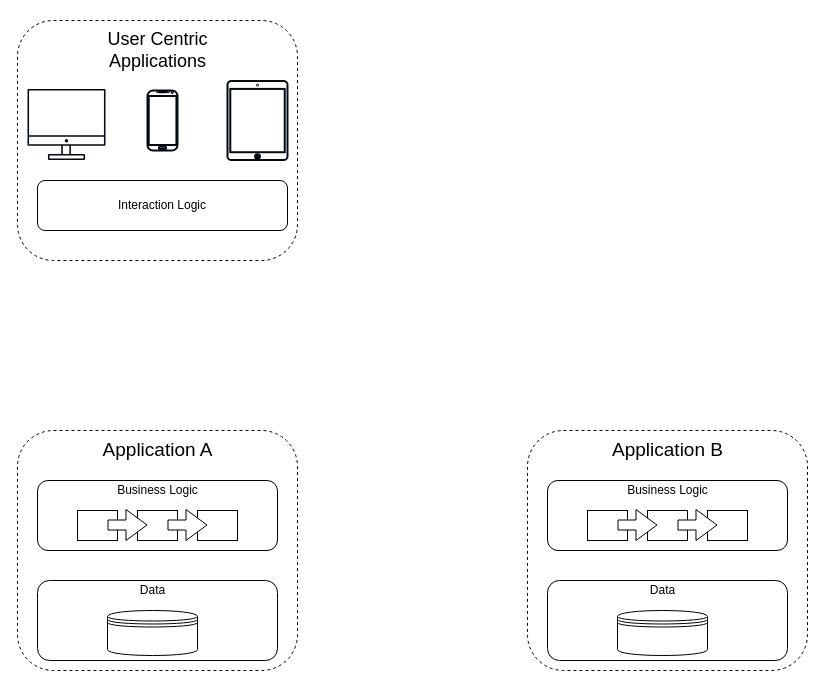
The draw.io diagram page "Integration Styles" (2 of 2) of Integration Domains.drawio in mrf742002/Diagrams, before the edit. Source tidied: cells renumbered, new cells numbered last; positions are measured from the earlier drawing's top-left corner, leaving out a move shared by most shapes. Both pictures are drawn from the tidied source at 100%, with x=0, y=0 at pixel (17, 20). Pictures stored in the file or linked from it are replaced by grey dashed boxes.
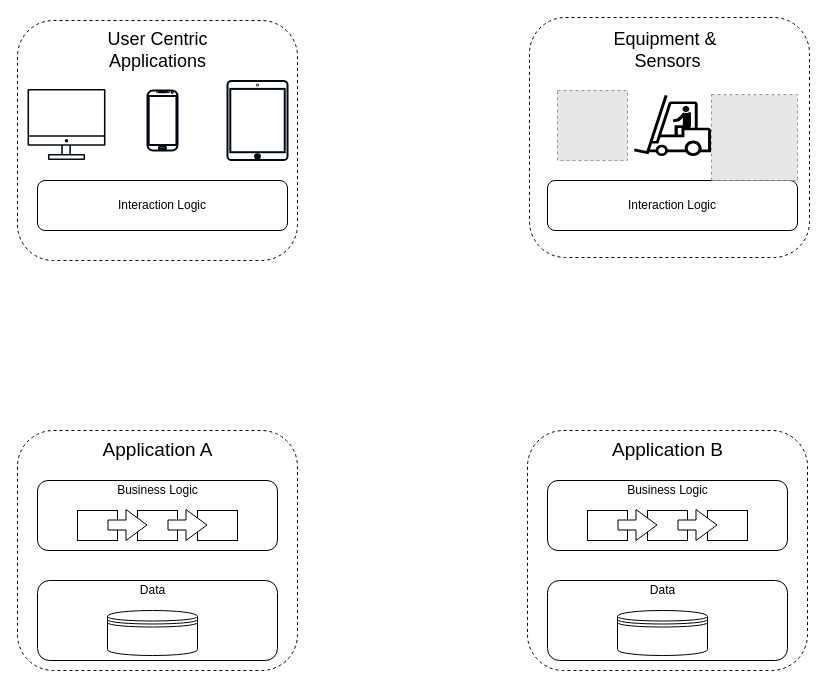
Above is the later version.

The edit, as a diff of the source:
```diff
@@
+    <mxCell id="39" value="Interaction Logic" style="rounded=1;whiteSpace=wrap;html=1;" parent="1" vertex="1">
+      <mxGeometry x="530" y="160" width="250" height="50" as="geometry" />
+    </mxCell>
+    <mxCell id="40" style="rounded=1;whiteSpace=wrap;html=1;fillColor=none;dashed=1;" parent="1" vertex="1">
+      <mxGeometry x="512" y="-3" width="280" height="240" as="geometry" />
+    </mxCell>
+    <mxCell id="41" value="&lt;span style=&quot;font-size: 18px&quot;&gt;Equipment &amp;amp;&amp;nbsp;&lt;/span&gt;&lt;br style=&quot;font-size: 18px&quot;&gt;&lt;span style=&quot;font-size: 18px&quot;&gt;Sensors&lt;/span&gt;" style="text;html=1;align=center;verticalAlign=middle;" parent="1" vertex="1">
+      <mxGeometry x="590" y="10" width="120" height="40" as="geometry" />
+    </mxCell>
+    <mxCell id="42" style="fillColor=#E6E6E6;strokeColor=#999999;dashed=1;html=1;verticalAlign=top;verticalLabelPosition=bottom;labelBackgroundColor=#ffffff;" parent="1" vertex="1">
+      <mxGeometry x="540" y="70" width="70" height="70" as="geometry" />
+    </mxCell>
+    <mxCell id="43" style="shape=mxgraph.signs.transportation.forklift;html=1;fillColor=#000000;strokeColor=none;verticalLabelPosition=bottom;verticalAlign=top;align=center;" parent="1" vertex="1">
+      <mxGeometry x="616.5" y="74.5" width="77" height="61" as="geometry" />
+    </mxCell>
+    <mxCell id="44" style="fillColor=#E6E6E6;strokeColor=#999999;dashed=1;html=1;verticalAlign=top;verticalLabelPosition=bottom;labelBackgroundColor=#ffffff;" parent="1" vertex="1">
+      <mxGeometry x="694" y="74" width="86" height="86" as="geometry" />
+    </mxCell>
```
